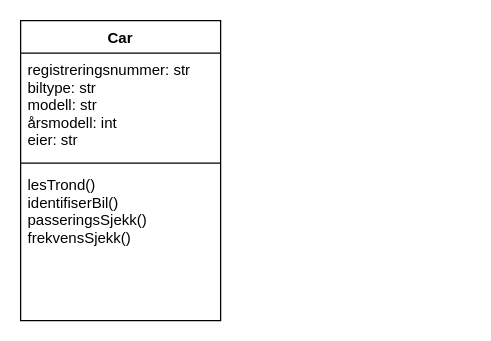
Earlier version of the draw.io diagram Ommel.drawio (patootey/trafikksystem). Source tidied: cells renumbered, new cells numbered last; positions are measured from the earlier drawing's top-left corner, leaving out a move shared by most shapes. Both pictures are drawn from the tidied source at 125%, with x=0, y=0 at pixel (20, 20).
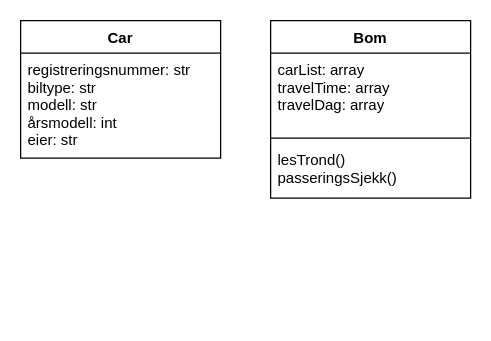
After the change.

Commit message:
Siste fakkings ommel???

Diff of the diagram source:
```diff
@@
 <mxGraphModel>
   <root>
     <mxCell id="0" />
     <mxCell id="1" parent="0" />
     <mxCell id="2" value="Car" style="swimlane;fontStyle=1;align=center;verticalAlign=top;horizontal=1;startSize=26;" parent="1" vertex="1">
-      <mxGeometry width="160" height="240" as="geometry" />
+      <mxGeometry width="160" height="110" as="geometry" />
     </mxCell>
     <mxCell id="3" value="registreringsnummer: str&#10;biltype: str&#10;modell: str&#10;årsmodell: int&#10;eier: str" style="text;strokeColor=none;fillColor=none;align=left;verticalAlign=top;spacingLeft=4;spacingRight=4;overflow=hidden;" parent="2" vertex="1">
       <mxGeometry y="26" width="160" height="84" as="geometry" />
     </mxCell>
-    <mxCell id="4" style="line;strokeWidth=1;fillColor=none;align=left;verticalAlign=middle;spacingTop=-1;spacingLeft=3;spacingRight=3;labelPosition=right;strokeColor=inherit;" parent="2" vertex="1">
-      <mxGeometry y="110" width="160" height="8" as="geometry" />
-    </mxCell>
-    <mxCell id="5" value="lesTrond()&#10;identifiserBil()&#10;passeringsSjekk()&#10;frekvensSjekk()" style="text;strokeColor=none;fillColor=none;align=left;verticalAlign=top;spacingLeft=4;spacingRight=4;overflow=hidden;" parent="2" vertex="1">
-      <mxGeometry y="118" width="160" height="122" as="geometry" />
-    </mxCell>
+    <mxCell id="6" value="Bom" style="swimlane;fontStyle=1;align=center;verticalAlign=top;horizontal=1;startSize=26;" parent="1" vertex="1">
+      <mxGeometry x="200" width="160" height="142" as="geometry" />
+    </mxCell>
+    <mxCell id="7" value="carList: array&#10;travelTime: array&#10;travelDag: array" style="text;strokeColor=none;fillColor=none;align=left;verticalAlign=top;spacingLeft=4;spacingRight=4;overflow=hidden;" parent="6" vertex="1">
+      <mxGeometry y="26" width="160" height="64" as="geometry" />
+    </mxCell>
+    <mxCell id="8" style="line;strokeWidth=1;fillColor=none;align=left;verticalAlign=middle;spacingTop=-1;spacingLeft=3;spacingRight=3;labelPosition=right;strokeColor=inherit;" parent="6" vertex="1">
+      <mxGeometry y="90" width="160" height="8" as="geometry" />
+    </mxCell>
+    <mxCell id="9" value="lesTrond()&#10;passeringsSjekk()" style="text;strokeColor=none;fillColor=none;align=left;verticalAlign=top;spacingLeft=4;spacingRight=4;overflow=hidden;" parent="6" vertex="1">
+      <mxGeometry y="98" width="160" height="44" as="geometry" />
+    </mxCell>
   </root>
 </mxGraphModel>
```
